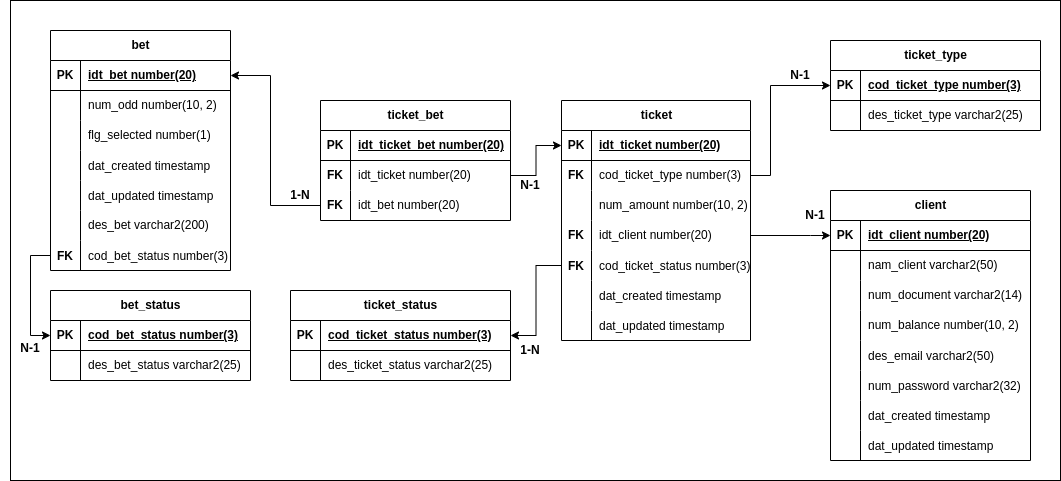
The draw.io diagram src/main/resources/images/modelagem.png in chavesef/dape-api, before a commit. Source tidied: cells renumbered, new cells last; positions are measured from the earlier drawing's top-left corner, leaving out a move shared by most shapes.
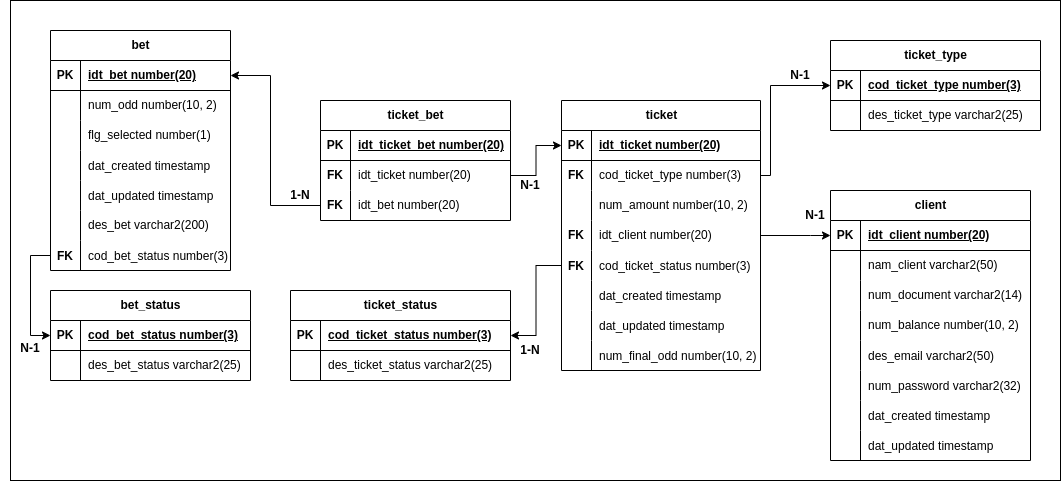
The same diagram one commit later.

Commit message:
docs: alterando modelagem do banco para adicionar coluna de odd final na tabela ticket

Change to the diagram source:
```diff
@@ -220,71 +220,80 @@
       <mxGeometry x="560" y="100" width="180" height="210" as="geometry" />
     </mxCell>
     <mxCell id="71" value="ticket" style="shape=table;startSize=30;rowLines=0;fontStyle=1;align=center;html=1;" parent="70" vertex="1">
-      <mxGeometry x="1" width="189" height="240" as="geometry" />
+      <mxGeometry x="1" width="199" height="270" as="geometry" />
     </mxCell>
     <mxCell id="72" style="shape=tableRow;horizontal=0;startSize=0;swimlaneHead=0;swimlaneBody=0;fillColor=none;points=[[0,0.5],[1,0.5]];portConstraint=eastwest;top=0;left=0;right=0;bottom=1;" parent="71" vertex="1">
-      <mxGeometry y="30" width="189" height="30" as="geometry" />
+      <mxGeometry y="30" width="199" height="30" as="geometry" />
     </mxCell>
     <mxCell id="73" value="PK" style="shape=partialRectangle;fillColor=none;top=0;left=0;bottom=0;right=0;fontStyle=1;overflow=hidden;whiteSpace=wrap;html=1;" parent="72" vertex="1">
       <mxGeometry width="30" height="30" as="geometry" />
     </mxCell>
     <mxCell id="74" value="idt_ticket number(20)" style="shape=partialRectangle;fillColor=none;top=0;left=0;bottom=0;right=0;align=left;spacingLeft=6;fontStyle=5;overflow=hidden;whiteSpace=wrap;html=1;" parent="72" vertex="1">
-      <mxGeometry x="30" width="159" height="30" as="geometry" />
+      <mxGeometry x="30" width="169" height="30" as="geometry" />
     </mxCell>
     <mxCell id="75" style="shape=tableRow;horizontal=0;startSize=0;swimlaneHead=0;swimlaneBody=0;fillColor=none;points=[[0,0.5],[1,0.5]];portConstraint=eastwest;top=0;left=0;right=0;bottom=0;" parent="71" vertex="1">
-      <mxGeometry y="60" width="189" height="30" as="geometry" />
+      <mxGeometry y="60" width="199" height="30" as="geometry" />
     </mxCell>
     <mxCell id="76" value="&lt;b&gt;FK&lt;/b&gt;" style="shape=partialRectangle;fillColor=none;top=0;left=0;bottom=0;right=0;overflow=hidden;whiteSpace=wrap;html=1;" parent="75" vertex="1">
       <mxGeometry width="30" height="30" as="geometry" />
     </mxCell>
     <mxCell id="77" value="cod_ticket_type number(3)" style="shape=partialRectangle;fillColor=none;top=0;left=0;bottom=0;right=0;align=left;spacingLeft=6;overflow=hidden;whiteSpace=wrap;html=1;" parent="75" vertex="1">
-      <mxGeometry x="30" width="159" height="30" as="geometry" />
+      <mxGeometry x="30" width="169" height="30" as="geometry" />
     </mxCell>
     <mxCell id="78" style="shape=tableRow;horizontal=0;startSize=0;swimlaneHead=0;swimlaneBody=0;fillColor=none;top=0;left=0;right=0;bottom=0;" parent="71" vertex="1">
-      <mxGeometry y="90" width="189" height="30" as="geometry" />
+      <mxGeometry y="90" width="199" height="30" as="geometry" />
     </mxCell>
     <mxCell id="79" style="shape=partialRectangle;fillColor=none;top=0;left=0;bottom=0;right=0;overflow=hidden;whiteSpace=wrap;html=1;" parent="78" vertex="1">
       <mxGeometry width="30" height="30" as="geometry" />
     </mxCell>
     <mxCell id="80" value="num_amount number(10, 2)" style="shape=partialRectangle;fillColor=none;top=0;left=0;bottom=0;right=0;align=left;spacingLeft=6;overflow=hidden;whiteSpace=wrap;html=1;" parent="78" vertex="1">
-      <mxGeometry x="30" width="159" height="30" as="geometry" />
+      <mxGeometry x="30" width="169" height="30" as="geometry" />
     </mxCell>
     <mxCell id="81" style="shape=tableRow;horizontal=0;startSize=0;swimlaneHead=0;swimlaneBody=0;fillColor=none;points=[[0,0.5],[1,0.5]];portConstraint=eastwest;top=0;left=0;right=0;bottom=0;" parent="71" vertex="1">
-      <mxGeometry y="120" width="189" height="30" as="geometry" />
+      <mxGeometry y="120" width="199" height="30" as="geometry" />
     </mxCell>
     <mxCell id="82" value="&lt;b&gt;FK&lt;/b&gt;" style="shape=partialRectangle;fillColor=none;top=0;left=0;bottom=0;right=0;overflow=hidden;whiteSpace=wrap;html=1;" parent="81" vertex="1">
       <mxGeometry width="30" height="30" as="geometry" />
     </mxCell>
     <mxCell id="83" value="idt_client number(20)" style="shape=partialRectangle;fillColor=none;top=0;left=0;bottom=0;right=0;align=left;spacingLeft=6;overflow=hidden;whiteSpace=wrap;html=1;" parent="81" vertex="1">
-      <mxGeometry x="30" width="159" height="30" as="geometry" />
+      <mxGeometry x="30" width="169" height="30" as="geometry" />
     </mxCell>
     <mxCell id="84" style="shape=tableRow;horizontal=0;startSize=0;swimlaneHead=0;swimlaneBody=0;fillColor=none;points=[[0,0.5],[1,0.5]];portConstraint=eastwest;top=0;left=0;right=0;bottom=0;" parent="71" vertex="1">
-      <mxGeometry y="150" width="189" height="30" as="geometry" />
+      <mxGeometry y="150" width="199" height="30" as="geometry" />
     </mxCell>
     <mxCell id="85" value="FK" style="shape=partialRectangle;fillColor=none;top=0;left=0;bottom=0;right=0;overflow=hidden;fontStyle=1;" parent="84" vertex="1">
       <mxGeometry width="30" height="30" as="geometry" />
     </mxCell>
     <mxCell id="86" value="cod_ticket_status number(3)" style="shape=partialRectangle;fillColor=none;top=0;left=0;bottom=0;right=0;align=left;spacingLeft=6;overflow=hidden;" parent="84" vertex="1">
-      <mxGeometry x="30" width="159" height="30" as="geometry" />
+      <mxGeometry x="30" width="169" height="30" as="geometry" />
     </mxCell>
     <mxCell id="87" style="shape=tableRow;horizontal=0;startSize=0;swimlaneHead=0;swimlaneBody=0;fillColor=none;top=0;left=0;right=0;bottom=0;" parent="71" vertex="1">
-      <mxGeometry y="180" width="189" height="30" as="geometry" />
+      <mxGeometry y="180" width="199" height="30" as="geometry" />
     </mxCell>
     <mxCell id="88" style="shape=partialRectangle;fillColor=none;top=0;left=0;bottom=0;right=0;overflow=hidden;" parent="87" vertex="1">
       <mxGeometry width="30" height="30" as="geometry" />
     </mxCell>
     <mxCell id="89" value="dat_created timestamp" style="shape=partialRectangle;fillColor=none;top=0;left=0;bottom=0;right=0;align=left;spacingLeft=6;overflow=hidden;" parent="87" vertex="1">
-      <mxGeometry x="30" width="159" height="30" as="geometry" />
+      <mxGeometry x="30" width="169" height="30" as="geometry" />
     </mxCell>
     <mxCell id="90" style="shape=tableRow;horizontal=0;startSize=0;swimlaneHead=0;swimlaneBody=0;fillColor=none;top=0;left=0;right=0;bottom=0;" parent="71" vertex="1">
-      <mxGeometry y="210" width="189" height="30" as="geometry" />
+      <mxGeometry y="210" width="199" height="30" as="geometry" />
     </mxCell>
     <mxCell id="91" style="shape=partialRectangle;fillColor=none;top=0;left=0;bottom=0;right=0;overflow=hidden;" parent="90" vertex="1">
       <mxGeometry width="30" height="30" as="geometry" />
     </mxCell>
     <mxCell id="92" value="dat_updated timestamp" style="shape=partialRectangle;fillColor=none;top=0;left=0;bottom=0;right=0;align=left;spacingLeft=6;overflow=hidden;" parent="90" vertex="1">
-      <mxGeometry x="30" width="159" height="30" as="geometry" />
+      <mxGeometry x="30" width="169" height="30" as="geometry" />
     </mxCell>
+    <mxCell id="118" style="shape=tableRow;horizontal=0;startSize=0;swimlaneHead=0;swimlaneBody=0;fillColor=none;top=0;left=0;right=0;bottom=0;" parent="71" vertex="1">
+      <mxGeometry y="240" width="199" height="30" as="geometry" />
+    </mxCell>
+    <mxCell id="119" style="shape=partialRectangle;fillColor=none;top=0;left=0;bottom=0;right=0;overflow=hidden;" parent="118" vertex="1">
+      <mxGeometry width="30" height="30" as="geometry" />
+    </mxCell>
+    <mxCell id="120" value="num_final_odd number(10, 2)" style="shape=partialRectangle;fillColor=none;top=0;left=0;bottom=0;right=0;align=left;spacingLeft=6;overflow=hidden;" parent="118" vertex="1">
+      <mxGeometry x="30" width="169" height="30" as="geometry" />
+    </mxCell>
     <mxCell id="93" value="ticket_bet" style="shape=table;startSize=30;rowLines=0;fontStyle=1;align=center;html=1;" parent="1" vertex="1">
       <mxGeometry x="320" y="100" width="190" height="120" as="geometry" />
     </mxCell>
```
